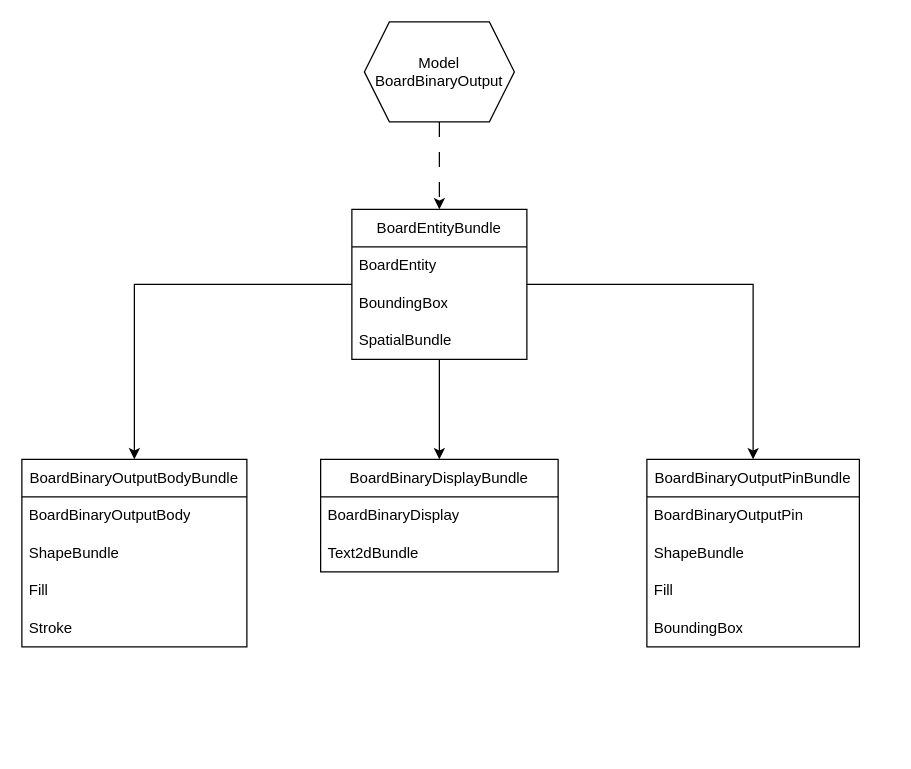
tensoid/logics keeps this draw.io diagram as docs/BoardBinaryOutput.drawio. Above is the earlier version. Source tidied: cells renumbered, new cells numbered last; positions are measured from the earlier drawing's top-left corner, leaving out a move shared by most shapes. Both pictures are drawn from the tidied source at 125%, with x=0, y=0 at pixel (21, 21).
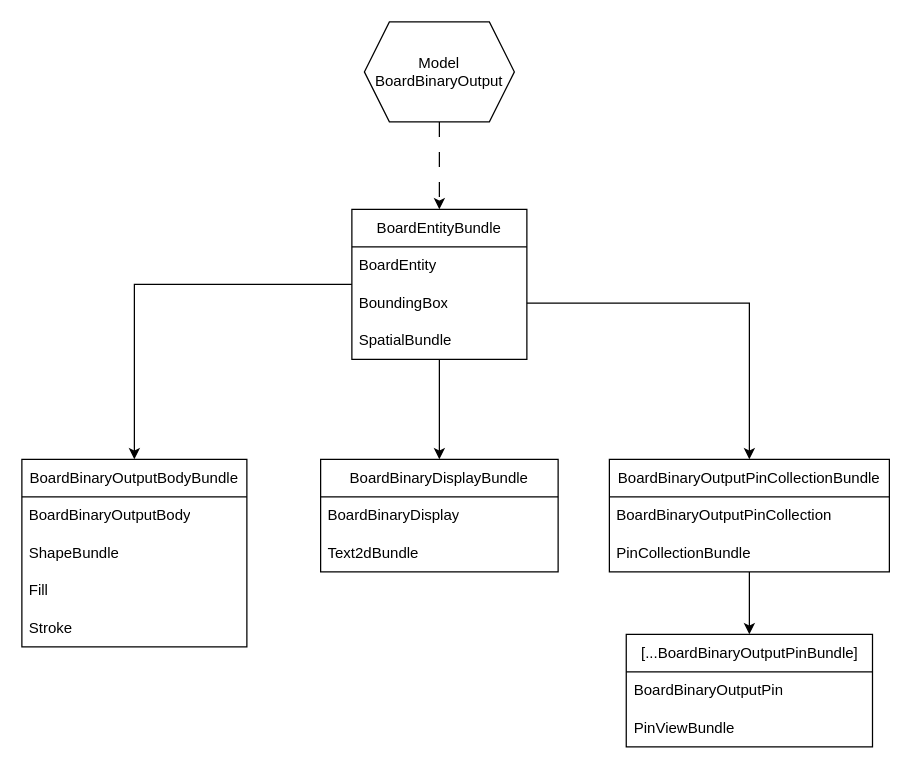
The same diagram, later.

Unchanged cells that the change refers to:
```xml
<mxCell id="7" value="BoardEntityBundle" style="swimlane;fontStyle=0;horizontal=1;startSize=30;whiteSpace=wrap;html=1;" parent="1" vertex="1">
  <mxGeometry x="264" y="150" width="140" height="120" as="geometry" />
</mxCell>
<mxCell id="9" value="BoundingBox" style="text;strokeColor=none;fillColor=none;align=left;verticalAlign=middle;spacingLeft=4;spacingRight=4;overflow=hidden;points=[[0,0.5],[1,0.5]];portConstraint=eastwest;whiteSpace=wrap;html=1;" parent="7" vertex="1">
  <mxGeometry y="60" width="140" height="30" as="geometry" />
</mxCell>
```

What changed in the source:
```diff
@@
-    <mxCell id="6" style="edgeStyle=orthogonalEdgeStyle;rounded=0;jettySize=auto;html=1;" parent="1" edge="1" source="7" target="19">
-      <mxGeometry relative="1" as="geometry" />
-    </mxCell>
@@
-    <mxCell id="19" value="BoardBinaryOutputPinBundle" style="swimlane;fontStyle=0;horizontal=1;startSize=30;whiteSpace=wrap;html=1;" parent="1" vertex="1">
-      <mxGeometry x="500" y="350" width="170" height="150" as="geometry" />
-    </mxCell>
+    <mxCell id="24" style="edgeStyle=orthogonalEdgeStyle;rounded=0;jettySize=auto;html=1;entryX=0.5;entryY=0;entryDx=0;entryDy=0;" parent="1" edge="1" source="25" target="28">
+      <mxGeometry relative="1" as="geometry" />
+    </mxCell>
+    <mxCell id="25" value="BoardBinaryOutputPinCollectionBundle" style="swimlane;fontStyle=0;horizontal=1;startSize=30;whiteSpace=wrap;html=1;" parent="1" vertex="1">
+      <mxGeometry x="470" y="350" width="224" height="90" as="geometry" />
+    </mxCell>
+    <mxCell id="26" value="&lt;div&gt;BoardBinaryOutputPinCollection&lt;/div&gt;" style="text;strokeColor=none;fillColor=none;align=left;verticalAlign=middle;spacingLeft=4;spacingRight=4;overflow=hidden;whiteSpace=wrap;html=1;" parent="25" vertex="1">
+      <mxGeometry y="30" width="224" height="30" as="geometry" />
+    </mxCell>
+    <mxCell id="27" value="PinCollectionBundle" style="text;strokeColor=none;fillColor=none;align=left;verticalAlign=middle;spacingLeft=4;spacingRight=4;overflow=hidden;whiteSpace=wrap;html=1;" parent="25" vertex="1">
+      <mxGeometry y="60" width="224" height="30" as="geometry" />
+    </mxCell>
+    <mxCell id="28" value="[...BoardBinaryOutputPinBundle]" style="swimlane;fontStyle=0;horizontal=1;startSize=30;whiteSpace=wrap;html=1;" parent="1" vertex="1">
+      <mxGeometry x="483.5" y="490" width="197" height="90" as="geometry" />
+    </mxCell>
-    <mxCell id="20" value="&lt;div&gt;BoardBinaryOutputPin&lt;/div&gt;" style="text;strokeColor=none;fillColor=none;align=left;verticalAlign=middle;spacingLeft=4;spacingRight=4;overflow=hidden;whiteSpace=wrap;html=1;" parent="19" vertex="1">
-      <mxGeometry y="30" width="170" height="30" as="geometry" />
+    <mxCell id="20" value="&lt;div&gt;BoardBinaryOutputPin&lt;/div&gt;" style="text;strokeColor=none;fillColor=none;align=left;verticalAlign=middle;spacingLeft=4;spacingRight=4;overflow=hidden;whiteSpace=wrap;html=1;" parent="28" vertex="1">
+      <mxGeometry y="30" width="197" height="30" as="geometry" />
     </mxCell>
-    <mxCell id="21" value="ShapeBundle" style="text;strokeColor=none;fillColor=none;align=left;verticalAlign=middle;spacingLeft=4;spacingRight=4;overflow=hidden;whiteSpace=wrap;html=1;" parent="19" vertex="1">
-      <mxGeometry y="60" width="170" height="30" as="geometry" />
-    </mxCell>
-    <mxCell id="22" value="Fill" style="text;strokeColor=none;fillColor=none;align=left;verticalAlign=middle;spacingLeft=4;spacingRight=4;overflow=hidden;whiteSpace=wrap;html=1;" parent="19" vertex="1">
-      <mxGeometry y="90" width="170" height="30" as="geometry" />
-    </mxCell>
-    <mxCell id="23" value="BoundingBox" style="text;strokeColor=none;fillColor=none;align=left;verticalAlign=middle;spacingLeft=4;spacingRight=4;overflow=hidden;whiteSpace=wrap;html=1;" parent="19" vertex="1">
-      <mxGeometry y="120" width="170" height="30" as="geometry" />
-    </mxCell>
+    <mxCell id="29" value="PinViewBundle" style="text;strokeColor=none;fillColor=none;align=left;verticalAlign=middle;spacingLeft=4;spacingRight=4;overflow=hidden;whiteSpace=wrap;html=1;" parent="28" vertex="1">
+      <mxGeometry y="60" width="197" height="30" as="geometry" />
+    </mxCell>
+    <mxCell id="30" style="edgeStyle=orthogonalEdgeStyle;rounded=0;jettySize=auto;html=1;" parent="1" edge="1" source="9" target="25">
+      <mxGeometry relative="1" as="geometry" />
+    </mxCell>
```
